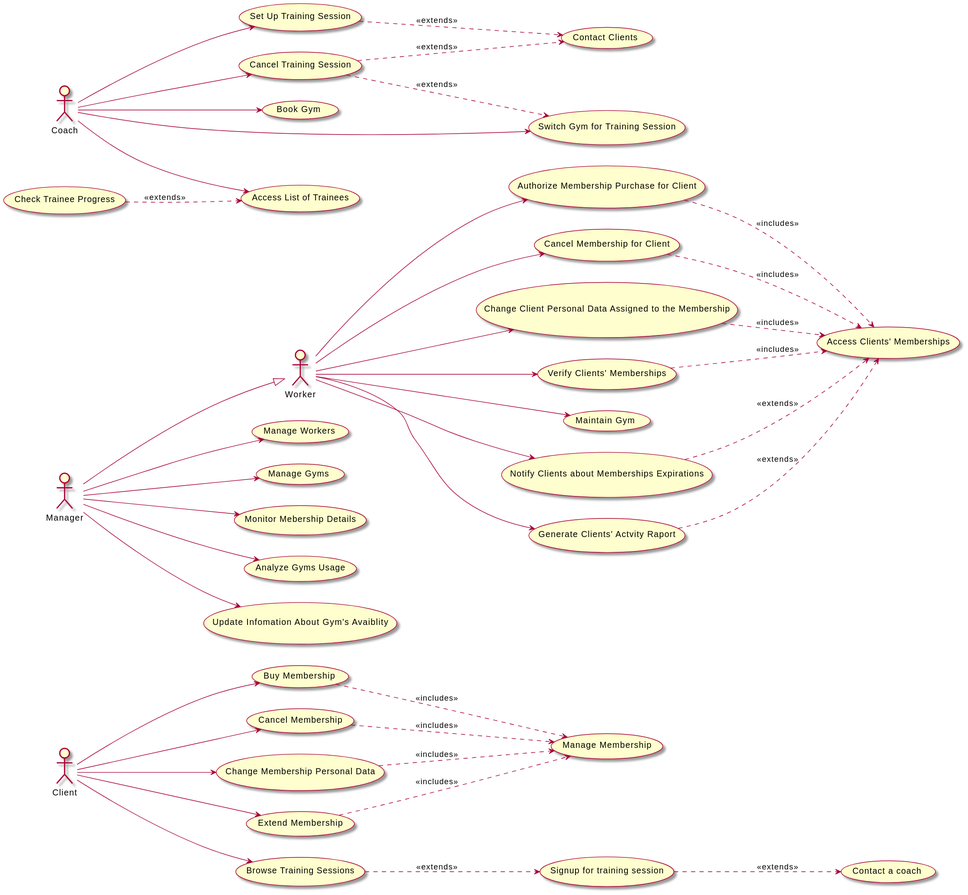
filip-stepien/software-engineering-lab keeps this PlantUML diagram as lab1_2/IO1.2024.3ID11B.2.1-2.svg. Above is the earlier version. Source of this version:
```plantuml
@startuml
left to right direction
skin rose

actor Client as client
actor Manager as manager
actor Coach as coach
actor Worker as worker


usecase "Buy Membership" as buyMembership
usecase "Cancel Membership" as cancelMembership
usecase "Change Membership Personal Data" as changePersonalData
usecase "Signup for training session" as signupTraining
usecase "Contact a coach" as contactCoach
usecase "Extend Membership" as ExtendSubcription
usecase "Manage Membership" as manageMembership
usecase "Browse Training Sessions" as BrowseTrainingSessions

buyMembership -.>  manageMembership : <<includes>>
cancelMembership-.> manageMembership : <<includes>>
changePersonalData -.> manageMembership : <<includes>>
ExtendSubcription -.>  manageMembership  : <<includes>>

client --> BrowseTrainingSessions
client --> buyMembership
client --> cancelMembership
client --> changePersonalData
client --> ExtendSubcription

signupTraining -.> contactCoach  : <<extends>>
BrowseTrainingSessions -.> signupTraining : <<extends>>


usecase "Set Up Training Session" as setUpSession
usecase "Cancel Training Session" as cancelSession
usecase "Contact Clients" as contactClients
usecase "Book Gym" as BookGym
usecase "Switch Gym for Training Session" as SwitchGym
usecase "Access List of Trainees" as AccessTrainessList
usecase "Check Trainee Progress" as CheckTrainneProgress

coach --> setUpSession
coach --> cancelSession
coach --> BookGym
coach --> SwitchGym
coach --> AccessTrainessList
CheckTrainneProgress  -.> AccessTrainessList : <<extends>>

setUpSession -.> contactClients : <<extends>>
cancelSession -.> contactClients : <<extends>>
cancelSession -.> SwitchGym : <<extends>>

usecase "Access Clients' Memberships" as accessMembershipList
usecase "Authorize Membership Purchase for Client" as authorizePurchase
usecase "Cancel Membership for Client" as cancelClientMembership
usecase "Change Client Personal Data Assigned to the Membership" as changeClientData
usecase "Verify Clients' Memberships" as verifyMemberships
usecase "Maintain Gym" as maintainGym
usecase "Notify Clients about Memberships Expirations" as notifyClientsMebershipExpiration
usecase "Generate Clients' Actvity Raport" as generateClientActivityRaport

worker --> maintainGym
worker --> authorizePurchase
worker --> cancelClientMembership
worker --> changeClientData
worker --> verifyMemberships
worker --> notifyClientsMebershipExpiration
worker --> generateClientActivityRaport

generateClientActivityRaport -.> accessMembershipList : <<extends>>
notifyClientsMebershipExpiration -.> accessMembershipList : <<extends>>
authorizePurchase -.> accessMembershipList : <<includes>>
cancelClientMembership -.> accessMembershipList : <<includes>>
changeClientData -.> accessMembershipList : <<includes>>
verifyMemberships -.> accessMembershipList : <<includes>>


manager --|> worker

usecase "Manage Workers" as manageWorkers
usecase "Manage Gyms" as manageGyms
usecase "Monitor Mebership Details" as monitorMembershipDetails
usecase "Analyze Gyms Usage" as analyzeGymsUsage
usecase "Update Infomation About Gym's Avaiblity" as updateGymAvabilityInformation


manager --> manageWorkers
manager --> manageGyms
manager --> analyzeGymsUsage
manager --> monitorMembershipDetails
manager --> updateGymAvabilityInformation
@enduml
```
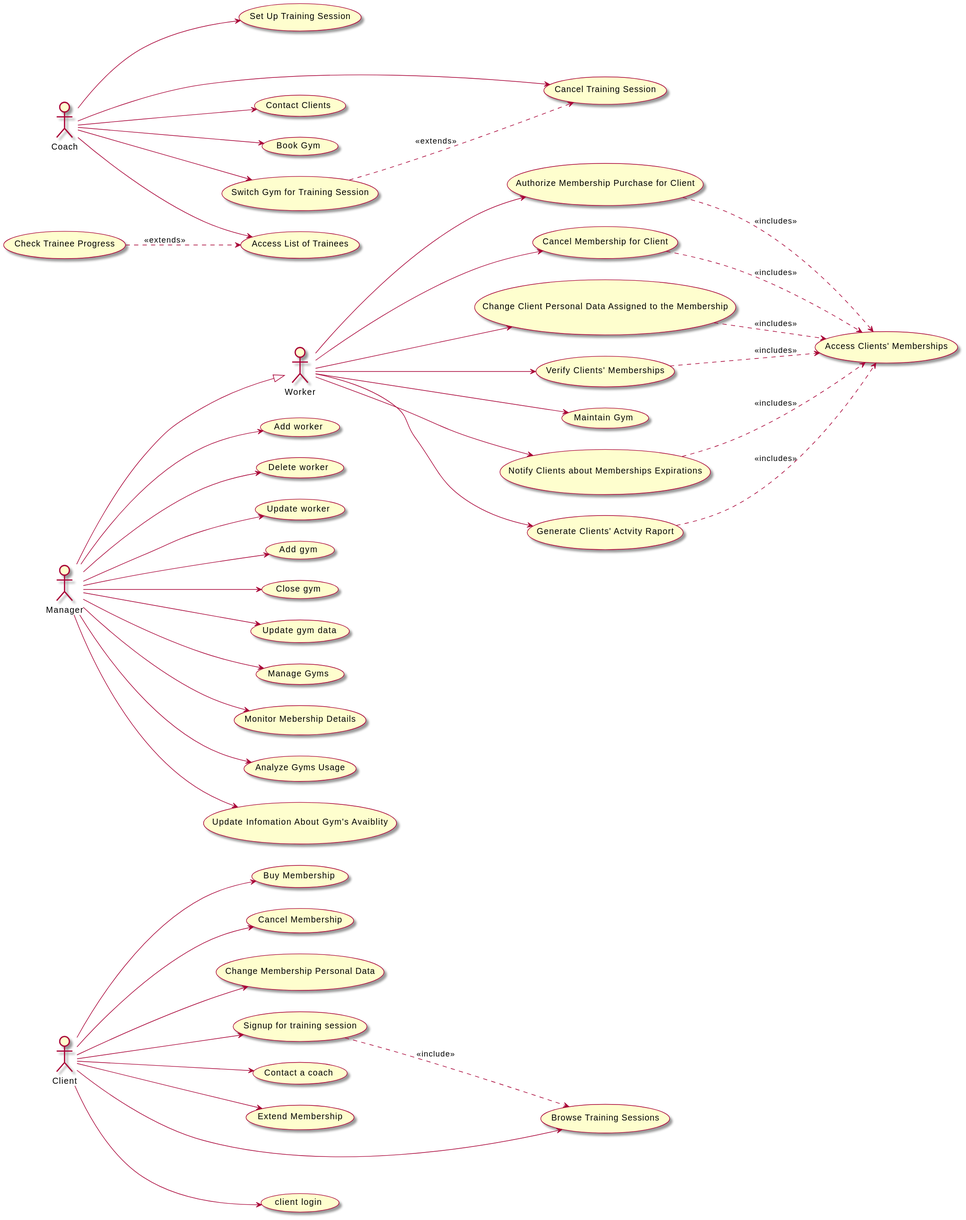
After the commit.

The edit, as a diff of the source:
```diff
@@ -14,22 +14,19 @@
 usecase "Signup for training session" as signupTraining
 usecase "Contact a coach" as contactCoach
 usecase "Extend Membership" as ExtendSubcription
-usecase "Manage Membership" as manageMembership
 usecase "Browse Training Sessions" as BrowseTrainingSessions
-
-buyMembership -.>  manageMembership : <<includes>>
-cancelMembership-.> manageMembership : <<includes>>
-changePersonalData -.> manageMembership : <<includes>>
-ExtendSubcription -.>  manageMembership  : <<includes>>
+usecase "client login" as ClientLogin
 
 client --> BrowseTrainingSessions
 client --> buyMembership
 client --> cancelMembership
 client --> changePersonalData
 client --> ExtendSubcription
+client --> ClientLogin
 
-signupTraining -.> contactCoach  : <<extends>>
-BrowseTrainingSessions -.> signupTraining : <<extends>>
+client -->  signupTraining
+client --> contactCoach
+signupTraining -.> BrowseTrainingSessions : <<include>>
 
 
 usecase "Set Up Training Session" as setUpSession
@@ -45,11 +42,10 @@
 coach --> BookGym
 coach --> SwitchGym
 coach --> AccessTrainessList
-CheckTrainneProgress  -.> AccessTrainessList : <<extends>>
+coach --> contactClients
+CheckTrainneProgress -.> AccessTrainessList : <<extends>>
 
-setUpSession -.> contactClients : <<extends>>
-cancelSession -.> contactClients : <<extends>>
-cancelSession -.> SwitchGym : <<extends>>
+SwitchGym -.> cancelSession : <<extends>>
 
 usecase "Access Clients' Memberships" as accessMembershipList
 usecase "Authorize Membership Purchase for Client" as authorizePurchase
@@ -68,8 +64,8 @@
 worker --> notifyClientsMebershipExpiration
 worker --> generateClientActivityRaport
 
-generateClientActivityRaport -.> accessMembershipList : <<extends>>
-notifyClientsMebershipExpiration -.> accessMembershipList : <<extends>>
+generateClientActivityRaport -.> accessMembershipList : <<includes>>
+notifyClientsMebershipExpiration -.> accessMembershipList : <<includes>>
 authorizePurchase -.> accessMembershipList : <<includes>>
 cancelClientMembership -.> accessMembershipList : <<includes>>
 changeClientData -.> accessMembershipList : <<includes>>
@@ -78,14 +74,29 @@
 
 manager --|> worker
 
-usecase "Manage Workers" as manageWorkers
+usecase "Add worker" as addWorker
+usecase "Delete worker" as deleteWorker
+usecase "Update worker" as updateWorker
+
+usecase "Add gym" as addGym
+usecase "Close gym" as closeGym
+usecase "Update gym data" as updateGymData
+
 usecase "Manage Gyms" as manageGyms
+
 usecase "Monitor Mebership Details" as monitorMembershipDetails
 usecase "Analyze Gyms Usage" as analyzeGymsUsage
 usecase "Update Infomation About Gym's Avaiblity" as updateGymAvabilityInformation
 
 
-manager --> manageWorkers
+manager --> addGym
+manager --> closeGym
+manager --> updateGymData
+
+manager --> addWorker
+manager --> deleteWorker
+manager --> updateWorker
+
 manager --> manageGyms
 manager --> analyzeGymsUsage
 manager --> monitorMembershipDetails
```
